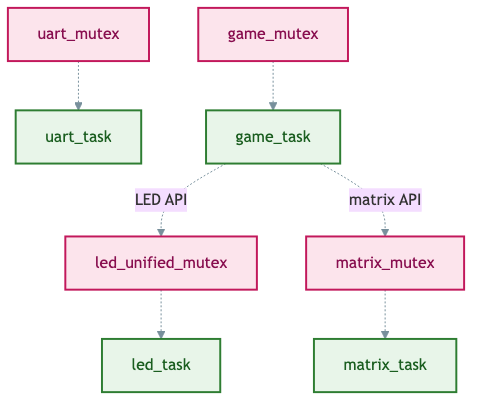
Earlier version of the Mermaid export docs/diagrams/mutex_map.png (AlfredKrutina/chess_esp32_c6_devkit). Its source is kept beside it as docs/diagrams/sources/mutex_map.mmd. Source of this version:
```mermaid
%%{init: {'theme':'base', 'themeVariables': {'lineColor':'#78909c'}}}%%
flowchart TB
  UM[uart_mutex]:::mx
  MM[matrix_mutex]:::mx
  GM[game_mutex]:::mx
  LM[led_unified_mutex]:::mx

  UT[uart_task]:::task
  MT[matrix_task]:::task
  GT[game_task]:::task
  LT[led_task]:::task

  UM -.-> UT
  MM -.-> MT
  GM -.-> GT
  LM -.-> LT
  GT -.->|LED API| LM
  GT -.->|matrix API| MM

  classDef mx fill:#fce4ec,stroke:#c2185b,stroke-width:2px,color:#880e4f
  classDef task fill:#e8f5e9,stroke:#2e7d32,stroke-width:2px,color:#1b5e20
```
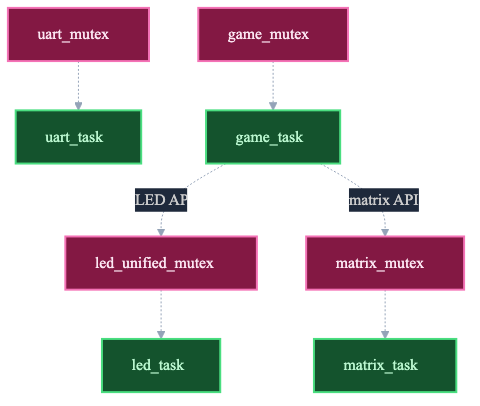
The same file after the commit.

The edit, as a diff of the source:
```diff
@@ -1,4 +1,4 @@
-%%{init: {'theme':'base', 'themeVariables': {'lineColor':'#78909c'}}}%%
+%%{init: {'theme':'dark','themeVariables':{'fontFamily':'system-ui,Segoe UI,sans-serif','clusterBkg':'#0f172a','clusterBorder':'#334155','lineColor':'#94a3b8','primaryColor':'#1e293b','primaryTextColor':'#f1f5f9','edgeLabelBackground':'#1e293b','titleColor':'#f8fafc'}}}%%
 flowchart TB
   UM[uart_mutex]:::mx
   MM[matrix_mutex]:::mx
@@ -17,5 +17,5 @@
   GT -.->|LED API| LM
   GT -.->|matrix API| MM
 
-  classDef mx fill:#fce4ec,stroke:#c2185b,stroke-width:2px,color:#880e4f
-  classDef task fill:#e8f5e9,stroke:#2e7d32,stroke-width:2px,color:#1b5e20
+  classDef mx fill:#831843,stroke:#f472b6,stroke-width:2px,color:#fce7f3
+  classDef task fill:#14532d,stroke:#4ade80,stroke-width:2px,color:#bbf7d0
```
